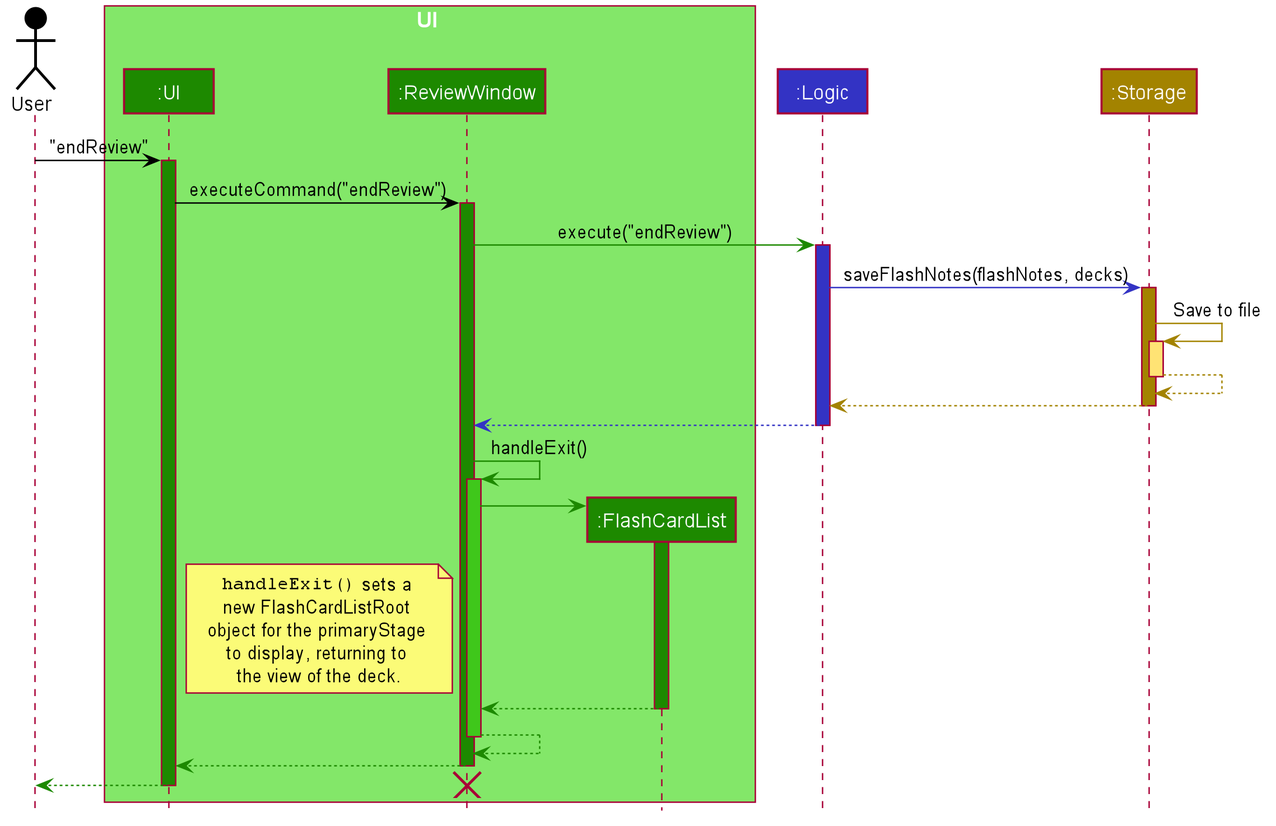
Above: docs/images/EndReviewSequenceDiagram.png in rachel170/tp (PlantUML), before the change.
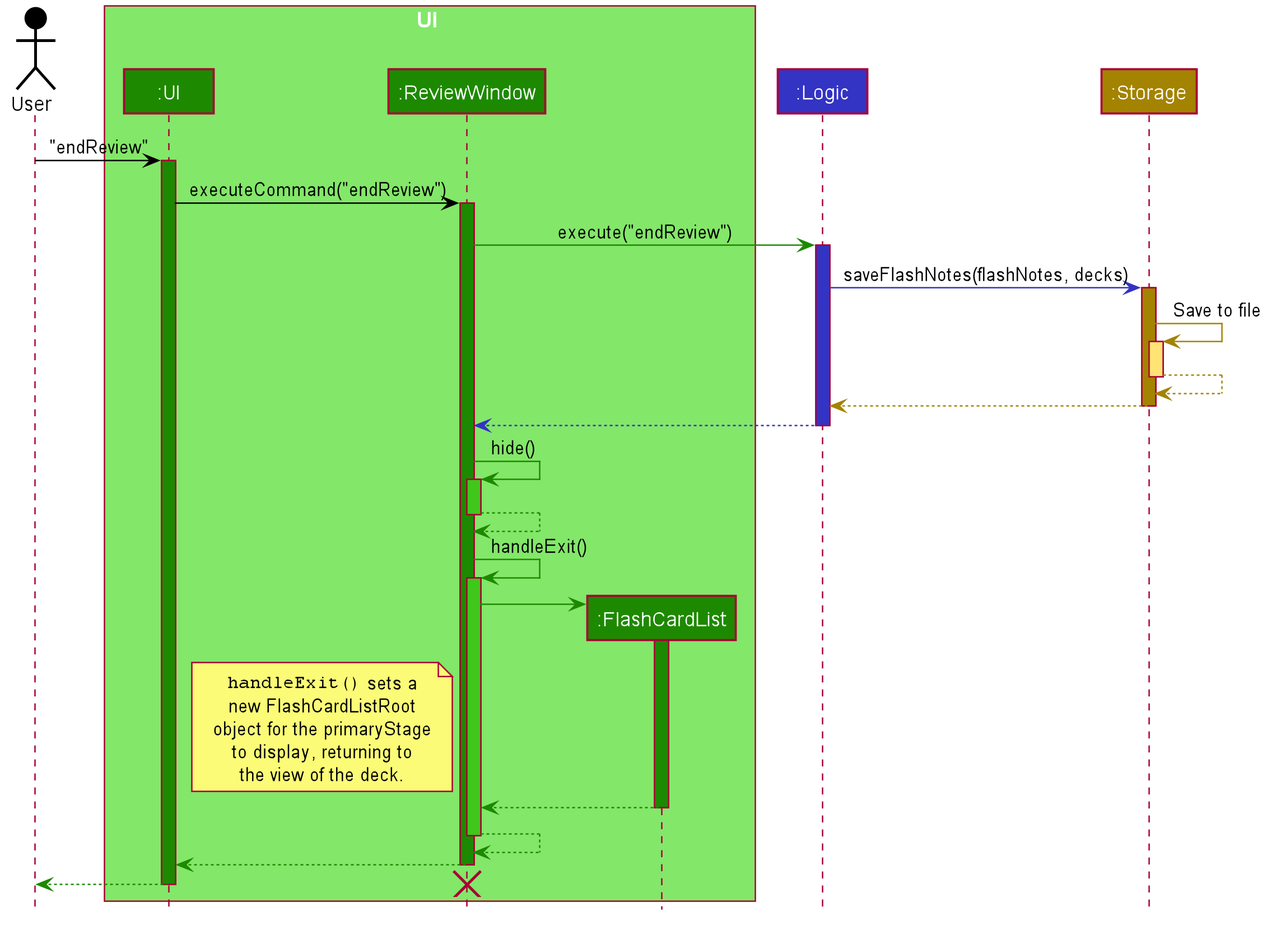
After the commit.

Change to the diagram source:
```diff
@@ -80,6 +80,12 @@
 logic -[#3333C4]-> review
 deactivate logic
 
+review -[#1D8900]> review: hide()
+activate review #3FC71B
+
+review --[#1D8900]> review
+deactivate review
+
 review -[#1D8900]> review: handleExit()
 activate review #3FC71B
 
```
